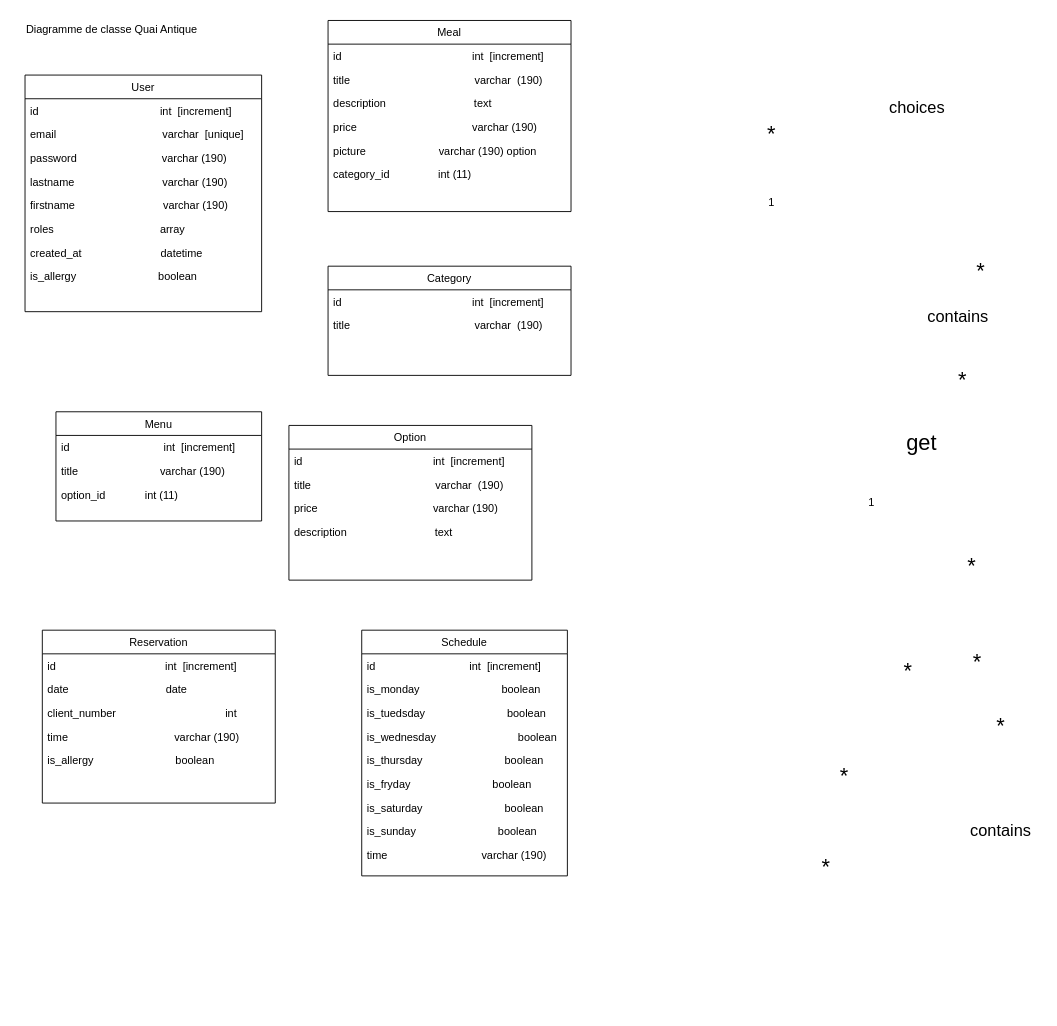
Earlier version of the draw.io diagram resto/diag_de_classe.drawio (cyrisa02/diagrammes-UML). Source tidied: cells renumbered, new cells numbered last; positions are measured from the earlier drawing's top-left corner, leaving out a move shared by most shapes. Both pictures are drawn from the tidied source at 91%, with x=0, y=0 at pixel (15, 15).
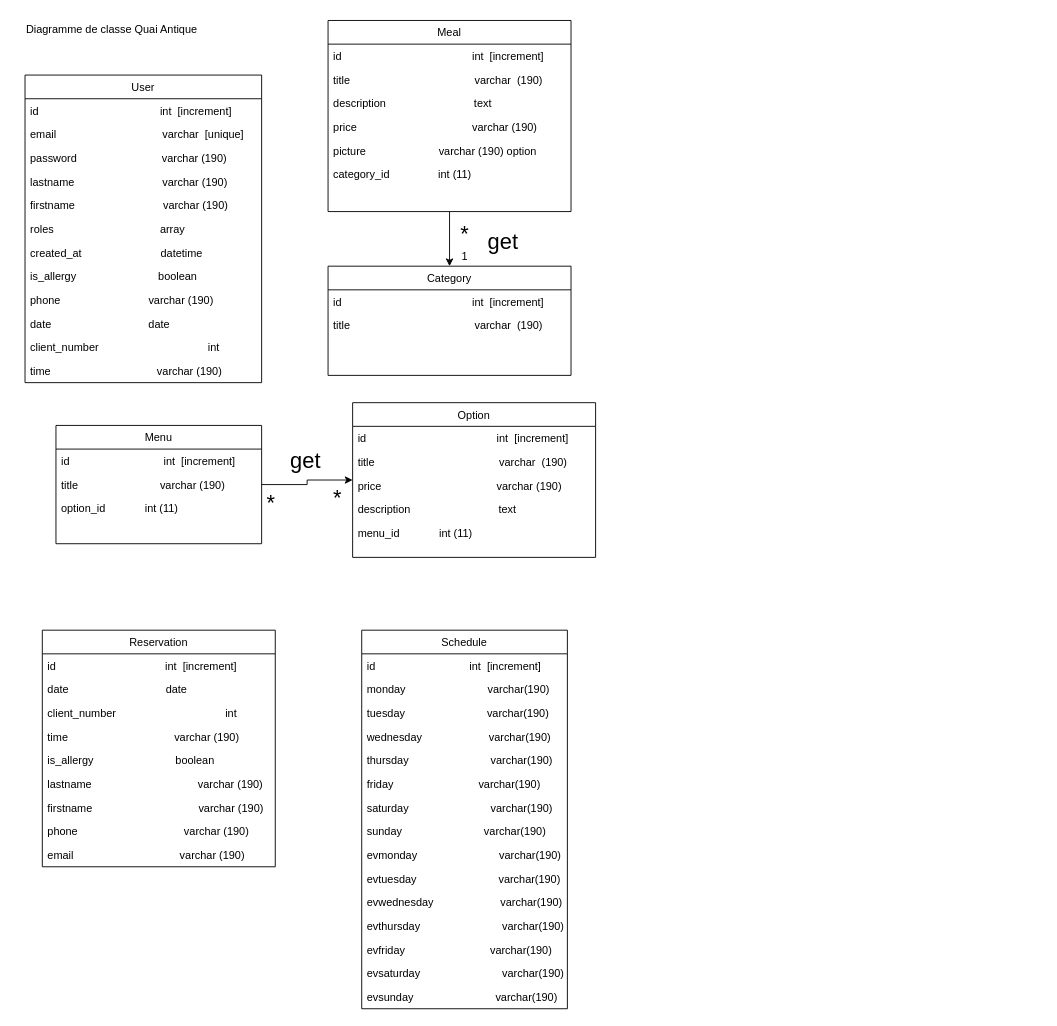
Above is the later version.

Commit message:
Mettre à jour diag_de_classe.drawio

Unchanged cells that the change refers to:
```xml
<mxCell id="11" value="Meal" style="swimlane;fontStyle=0;align=center;verticalAlign=top;horizontal=1;startSize=26;rounded=0;shadow=0;strokeWidth=1;" parent="1" vertex="1">
  <mxGeometry x="343" y="5" width="267" height="210" as="geometry" />
</mxCell>
<mxCell id="54" value="Category" style="swimlane;fontStyle=0;align=center;verticalAlign=top;horizontal=1;startSize=26;rounded=0;shadow=0;strokeWidth=1;" parent="1" vertex="1">
  <mxGeometry x="343" y="275" width="267" height="120" as="geometry" />
</mxCell>
```

What changed in the source:
```diff
@@
     <mxCell id="2" value="User" style="swimlane;fontStyle=0;align=center;verticalAlign=top;horizontal=1;startSize=26;rounded=0;shadow=0;strokeWidth=1;" parent="1" vertex="1">
-      <mxGeometry x="10" y="65" width="260" height="260" as="geometry" />
+      <mxGeometry x="10" y="65" width="260" height="338" as="geometry" />
     </mxCell>
@@
+    <mxCell id="62" value="phone                             varchar (190)" style="text;align=left;verticalAlign=top;spacingLeft=4;spacingRight=4;overflow=hidden;" parent="2" vertex="1">
+      <mxGeometry y="234" width="260" height="26" as="geometry" />
+    </mxCell>
+    <mxCell id="63" value="date                                date" style="text;align=left;verticalAlign=top;spacingLeft=4;spacingRight=4;overflow=hidden;" parent="2" vertex="1">
+      <mxGeometry y="260" width="260" height="26" as="geometry" />
+    </mxCell>
+    <mxCell id="64" value="client_number                                    int  " style="text;align=left;verticalAlign=top;spacingLeft=4;spacingRight=4;overflow=hidden;" parent="2" vertex="1">
+      <mxGeometry y="286" width="260" height="26" as="geometry" />
+    </mxCell>
+    <mxCell id="31" value="time                                   varchar (190)" style="text;align=left;verticalAlign=top;spacingLeft=4;spacingRight=4;overflow=hidden;" parent="2" vertex="1">
+      <mxGeometry y="312" width="260" height="26" as="geometry" />
+    </mxCell>
+    <mxCell id="65" style="edgeStyle=orthogonalEdgeStyle;rounded=0;jettySize=auto;html=1;exitX=0.5;exitY=1;exitDx=0;exitDy=0;entryX=0.5;entryY=0;entryDx=0;entryDy=0;" parent="1" edge="1" source="11" target="54">
+      <mxGeometry relative="1" as="geometry" />
+    </mxCell>
@@
+    <mxCell id="66" style="edgeStyle=orthogonalEdgeStyle;rounded=0;jettySize=auto;html=1;exitX=1;exitY=0.5;exitDx=0;exitDy=0;entryX=0;entryY=0.5;entryDx=0;entryDy=0;" parent="1" edge="1" source="18" target="57">
+      <mxGeometry relative="1" as="geometry" />
+    </mxCell>
     <mxCell id="18" value="Menu" style="swimlane;fontStyle=0;align=center;verticalAlign=top;horizontal=1;startSize=26;rounded=0;shadow=0;strokeWidth=1;" parent="1" vertex="1">
-      <mxGeometry x="44" y="435" width="226" height="120" as="geometry" />
+      <mxGeometry x="44" y="450" width="226" height="130" as="geometry" />
     </mxCell>
@@
     <mxCell id="22" value="Schedule" style="swimlane;fontStyle=0;align=center;verticalAlign=top;horizontal=1;startSize=26;rounded=0;shadow=0;strokeWidth=1;" parent="1" vertex="1">
-      <mxGeometry x="380" y="675" width="226" height="270" as="geometry" />
+      <mxGeometry x="380" y="675" width="226" height="416" as="geometry" />
     </mxCell>
@@
-    <mxCell id="24" value="is_monday                           boolean" style="text;align=left;verticalAlign=top;spacingLeft=4;spacingRight=4;overflow=hidden;" parent="22" vertex="1">
+    <mxCell id="24" value="monday                           varchar(190)" style="text;align=left;verticalAlign=top;spacingLeft=4;spacingRight=4;overflow=hidden;" parent="22" vertex="1">
       <mxGeometry y="52" width="226" height="26" as="geometry" />
     </mxCell>
-    <mxCell id="25" value="is_tuedsday                           boolean" style="text;align=left;verticalAlign=top;spacingLeft=4;spacingRight=4;overflow=hidden;" parent="22" vertex="1">
+    <mxCell id="25" value="tuesday                           varchar(190)" style="text;align=left;verticalAlign=top;spacingLeft=4;spacingRight=4;overflow=hidden;" parent="22" vertex="1">
       <mxGeometry y="78" width="226" height="26" as="geometry" />
     </mxCell>
-    <mxCell id="26" value="is_wednesday                           boolean" style="text;align=left;verticalAlign=top;spacingLeft=4;spacingRight=4;overflow=hidden;" parent="22" vertex="1">
+    <mxCell id="26" value="wednesday                      varchar(190)" style="text;align=left;verticalAlign=top;spacingLeft=4;spacingRight=4;overflow=hidden;" parent="22" vertex="1">
       <mxGeometry y="104" width="226" height="26" as="geometry" />
     </mxCell>
-    <mxCell id="27" value="is_thursday                           boolean" style="text;align=left;verticalAlign=top;spacingLeft=4;spacingRight=4;overflow=hidden;" parent="22" vertex="1">
+    <mxCell id="27" value="thursday                           varchar(190)" style="text;align=left;verticalAlign=top;spacingLeft=4;spacingRight=4;overflow=hidden;" parent="22" vertex="1">
       <mxGeometry y="130" width="226" height="26" as="geometry" />
     </mxCell>
-    <mxCell id="28" value="is_fryday                           boolean" style="text;align=left;verticalAlign=top;spacingLeft=4;spacingRight=4;overflow=hidden;" parent="22" vertex="1">
+    <mxCell id="28" value="friday                            varchar(190)" style="text;align=left;verticalAlign=top;spacingLeft=4;spacingRight=4;overflow=hidden;" parent="22" vertex="1">
       <mxGeometry y="156" width="226" height="26" as="geometry" />
     </mxCell>
-    <mxCell id="29" value="is_saturday                           boolean" style="text;align=left;verticalAlign=top;spacingLeft=4;spacingRight=4;overflow=hidden;" parent="22" vertex="1">
+    <mxCell id="29" value="saturday                           varchar(190)" style="text;align=left;verticalAlign=top;spacingLeft=4;spacingRight=4;overflow=hidden;" parent="22" vertex="1">
       <mxGeometry y="182" width="226" height="26" as="geometry" />
     </mxCell>
-    <mxCell id="30" value="is_sunday                           boolean" style="text;align=left;verticalAlign=top;spacingLeft=4;spacingRight=4;overflow=hidden;" parent="22" vertex="1">
+    <mxCell id="30" value="sunday                           varchar(190)" style="text;align=left;verticalAlign=top;spacingLeft=4;spacingRight=4;overflow=hidden;" parent="22" vertex="1">
       <mxGeometry y="208" width="226" height="26" as="geometry" />
     </mxCell>
-    <mxCell id="31" value="time                               varchar (190)" style="text;align=left;verticalAlign=top;spacingLeft=4;spacingRight=4;overflow=hidden;" parent="22" vertex="1">
-      <mxGeometry y="234" width="226" height="26" as="geometry" />
-    </mxCell>
+    <mxCell id="67" value="evmonday                           varchar(190)" style="text;align=left;verticalAlign=top;spacingLeft=4;spacingRight=4;overflow=hidden;" parent="22" vertex="1">
+      <mxGeometry y="234" width="226" height="26" as="geometry" />
+    </mxCell>
+    <mxCell id="68" value="evtuesday                           varchar(190)" style="text;align=left;verticalAlign=top;spacingLeft=4;spacingRight=4;overflow=hidden;" parent="22" vertex="1">
+      <mxGeometry y="260" width="226" height="26" as="geometry" />
+    </mxCell>
+    <mxCell id="69" value="evwednesday                      varchar(190)" style="text;align=left;verticalAlign=top;spacingLeft=4;spacingRight=4;overflow=hidden;" parent="22" vertex="1">
+      <mxGeometry y="286" width="226" height="26" as="geometry" />
+    </mxCell>
+    <mxCell id="70" value="evthursday                           varchar(190)&#10;" style="text;align=left;verticalAlign=top;spacingLeft=4;spacingRight=4;overflow=hidden;" parent="22" vertex="1">
+      <mxGeometry y="312" width="226" height="26" as="geometry" />
+    </mxCell>
+    <mxCell id="71" value="evfriday                            varchar(190)" style="text;align=left;verticalAlign=top;spacingLeft=4;spacingRight=4;overflow=hidden;" parent="22" vertex="1">
+      <mxGeometry y="338" width="226" height="26" as="geometry" />
+    </mxCell>
+    <mxCell id="72" value="evsaturday                           varchar(190)" style="text;align=left;verticalAlign=top;spacingLeft=4;spacingRight=4;overflow=hidden;" parent="22" vertex="1">
+      <mxGeometry y="364" width="226" height="26" as="geometry" />
+    </mxCell>
+    <mxCell id="73" value="evsunday                           varchar(190)" style="text;align=left;verticalAlign=top;spacingLeft=4;spacingRight=4;overflow=hidden;" parent="22" vertex="1">
+      <mxGeometry y="390" width="226" height="26" as="geometry" />
+    </mxCell>
     <mxCell id="32" value="*" style="text;html=1;align=center;verticalAlign=middle;fillColor=none;strokeColor=none;rounded=0;fontSize=24;" parent="1" vertex="1">
-      <mxGeometry x="820" y="115" width="20" height="30" as="geometry" />
+      <mxGeometry x="483" y="225" width="20" height="30" as="geometry" />
     </mxCell>
     <mxCell id="33" value="1" style="text;html=1;align=center;verticalAlign=middle;fillColor=none;strokeColor=none;rounded=0;" parent="1" vertex="1">
-      <mxGeometry x="820" y="195" width="20" height="20" as="geometry" />
+      <mxGeometry x="483" y="255" width="20" height="20" as="geometry" />
     </mxCell>
-    <mxCell id="34" value="*" style="text;html=1;align=center;verticalAlign=middle;fillColor=none;strokeColor=none;rounded=0;fontSize=24;" parent="1" vertex="1">
-      <mxGeometry x="1030" y="385" width="20" height="30" as="geometry" />
-    </mxCell>
     <mxCell id="35" value="*" style="text;html=1;align=center;verticalAlign=middle;fillColor=none;strokeColor=none;rounded=0;fontSize=24;" parent="1" vertex="1">
-      <mxGeometry x="880" y="920" width="20" height="30" as="geometry" />
+      <mxGeometry x="270" y="520" width="20" height="30" as="geometry" />
     </mxCell>
-    <mxCell id="36" value="&lt;font style=&quot;font-size: 18px;&quot;&gt;contains&lt;/font&gt;" style="text;html=1;align=center;verticalAlign=middle;fillColor=none;strokeColor=none;rounded=0;fontSize=48;" parent="1" vertex="1">
-      <mxGeometry x="990" y="285" width="90" height="70" as="geometry" />
-    </mxCell>
@@
     <mxCell id="38" value="*" style="text;html=1;align=center;verticalAlign=middle;fillColor=none;strokeColor=none;rounded=0;fontSize=24;" parent="1" vertex="1">
-      <mxGeometry x="970" y="705" width="20" height="30" as="geometry" />
+      <mxGeometry x="343" y="515" width="20" height="30" as="geometry" />
     </mxCell>
-    <mxCell id="39" value="1" style="text;html=1;align=center;verticalAlign=middle;fillColor=none;strokeColor=none;rounded=0;" parent="1" vertex="1">
-      <mxGeometry x="930" y="525" width="20" height="20" as="geometry" />
-    </mxCell>
-    <mxCell id="40" value="&lt;font style=&quot;font-size: 24px;&quot;&gt;*&lt;/font&gt;" style="text;html=1;align=center;verticalAlign=middle;fillColor=none;strokeColor=none;rounded=0;" parent="1" vertex="1">
-      <mxGeometry x="1040" y="595" width="20" height="20" as="geometry" />
-    </mxCell>
-    <mxCell id="41" value="*" style="text;html=1;align=center;verticalAlign=middle;fillColor=none;strokeColor=none;rounded=0;fontSize=24;" parent="1" vertex="1">
-      <mxGeometry x="900" y="820" width="20" height="30" as="geometry" />
-    </mxCell>
-    <mxCell id="42" value="*" style="text;html=1;align=center;verticalAlign=middle;fillColor=none;strokeColor=none;rounded=0;fontSize=24;" parent="1" vertex="1">
-      <mxGeometry x="1046" y="695" width="20" height="30" as="geometry" />
-    </mxCell>
-    <mxCell id="43" value="*" style="text;html=1;align=center;verticalAlign=middle;fillColor=none;strokeColor=none;rounded=0;fontSize=24;" parent="1" vertex="1">
-      <mxGeometry x="1072" y="765" width="20" height="30" as="geometry" />
-    </mxCell>
-    <mxCell id="44" value="*" style="text;html=1;align=center;verticalAlign=middle;fillColor=none;strokeColor=none;rounded=0;fontSize=24;" parent="1" vertex="1">
-      <mxGeometry x="1050" y="265" width="20" height="30" as="geometry" />
-    </mxCell>
     <mxCell id="45" value="Reservation" style="swimlane;fontStyle=0;align=center;verticalAlign=top;horizontal=1;startSize=26;rounded=0;shadow=0;strokeWidth=1;" parent="1" vertex="1">
-      <mxGeometry x="29" y="675" width="256" height="190" as="geometry" />
+      <mxGeometry x="29" y="675" width="256" height="260" as="geometry" />
     </mxCell>
@@
-    <mxCell id="51" value="&lt;font style=&quot;font-size: 18px;&quot;&gt;choices&lt;/font&gt;" style="text;html=1;align=center;verticalAlign=middle;fillColor=none;strokeColor=none;rounded=0;fontSize=48;" parent="1" vertex="1">
-      <mxGeometry x="950" y="55" width="80" height="70" as="geometry" />
-    </mxCell>
-    <mxCell id="52" value="&lt;font style=&quot;font-size: 18px;&quot;&gt;contains&lt;/font&gt;" style="text;html=1;align=center;verticalAlign=middle;fillColor=none;strokeColor=none;rounded=0;fontSize=48;" parent="1" vertex="1">
-      <mxGeometry x="1037" y="850" width="90" height="70" as="geometry" />
-    </mxCell>
+    <mxCell id="74" value="lastname                                   varchar (190)" style="text;align=left;verticalAlign=top;spacingLeft=4;spacingRight=4;overflow=hidden;" parent="45" vertex="1">
+      <mxGeometry y="156" width="256" height="26" as="geometry" />
+    </mxCell>
+    <mxCell id="75" value="firstname                                   varchar (190)" style="text;align=left;verticalAlign=top;spacingLeft=4;spacingRight=4;overflow=hidden;" parent="45" vertex="1">
+      <mxGeometry y="182" width="256" height="26" as="geometry" />
+    </mxCell>
+    <mxCell id="76" value="phone                                   varchar (190)" style="text;align=left;verticalAlign=top;spacingLeft=4;spacingRight=4;overflow=hidden;" parent="45" vertex="1">
+      <mxGeometry y="208" width="256" height="26" as="geometry" />
+    </mxCell>
+    <mxCell id="77" value="email                                   varchar (190)" style="text;align=left;verticalAlign=top;spacingLeft=4;spacingRight=4;overflow=hidden;" parent="45" vertex="1">
+      <mxGeometry y="234" width="256" height="26" as="geometry" />
+    </mxCell>
     <mxCell id="53" value="&lt;font style=&quot;font-size: 24px;&quot;&gt;get&lt;/font&gt;" style="text;html=1;align=center;verticalAlign=middle;fillColor=none;strokeColor=none;rounded=0;fontSize=48;" parent="1" vertex="1">
-      <mxGeometry x="970" y="425" width="50" height="70" as="geometry" />
+      <mxGeometry x="293" y="445" width="50" height="70" as="geometry" />
     </mxCell>
@@
     <mxCell id="57" value="Option" style="swimlane;fontStyle=0;align=center;verticalAlign=top;horizontal=1;startSize=26;rounded=0;shadow=0;strokeWidth=1;" parent="1" vertex="1">
-      <mxGeometry x="300" y="450" width="267" height="170" as="geometry" />
+      <mxGeometry x="370" y="425" width="267" height="170" as="geometry" />
     </mxCell>
@@
+    <mxCell id="78" value="menu_id             int (11)" style="text;align=left;verticalAlign=top;spacingLeft=4;spacingRight=4;overflow=hidden;" parent="57" vertex="1">
+      <mxGeometry y="130" width="267" height="26" as="geometry" />
+    </mxCell>
+    <mxCell id="79" value="&lt;font style=&quot;font-size: 24px;&quot;&gt;get&lt;/font&gt;" style="text;html=1;align=center;verticalAlign=middle;fillColor=none;strokeColor=none;rounded=0;fontSize=48;" parent="1" vertex="1">
+      <mxGeometry x="510" y="205" width="50" height="70" as="geometry" />
+    </mxCell>
```
